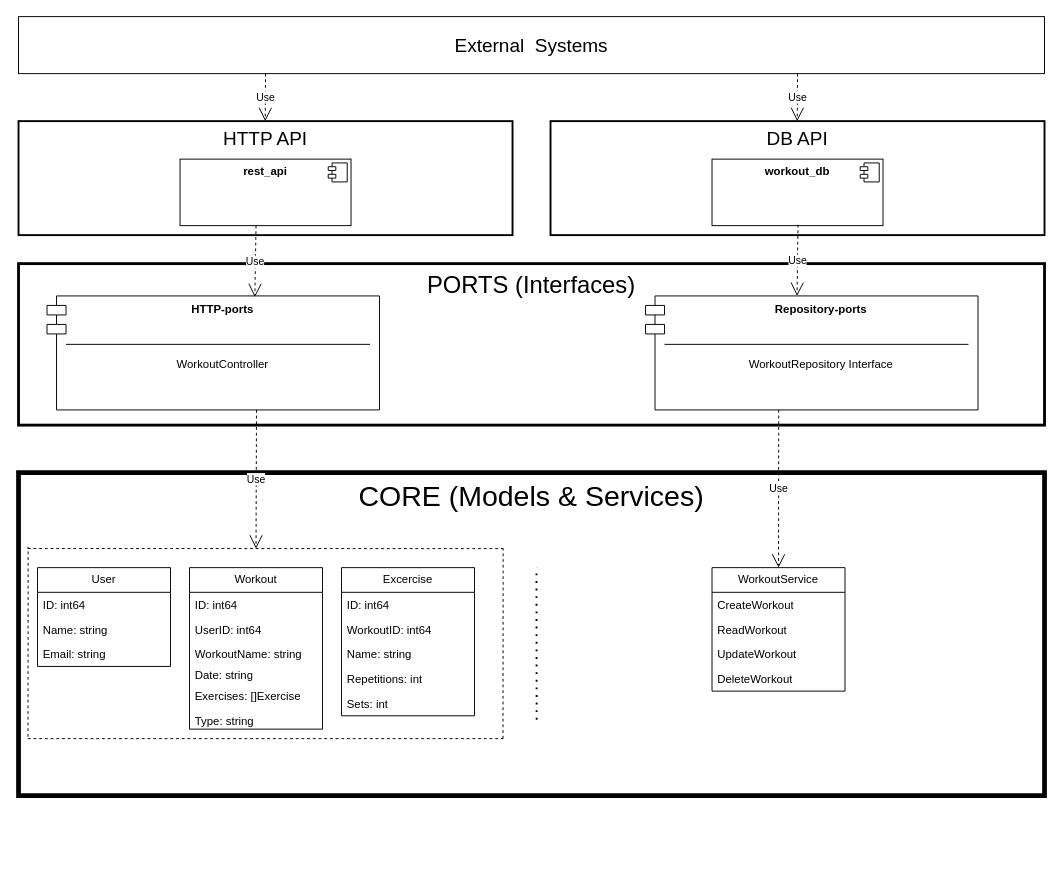
OleksiyKharkiv/workout-evo keeps this draw.io diagram as Architecture-workout-evo.drawio. Above is the earlier version. Source tidied: cells renumbered, new cells numbered last; positions are measured from the earlier drawing's top-left corner, leaving out a move shared by most shapes. Both pictures are drawn from the tidied source at 95%, with x=0, y=0 at pixel (18, 16).
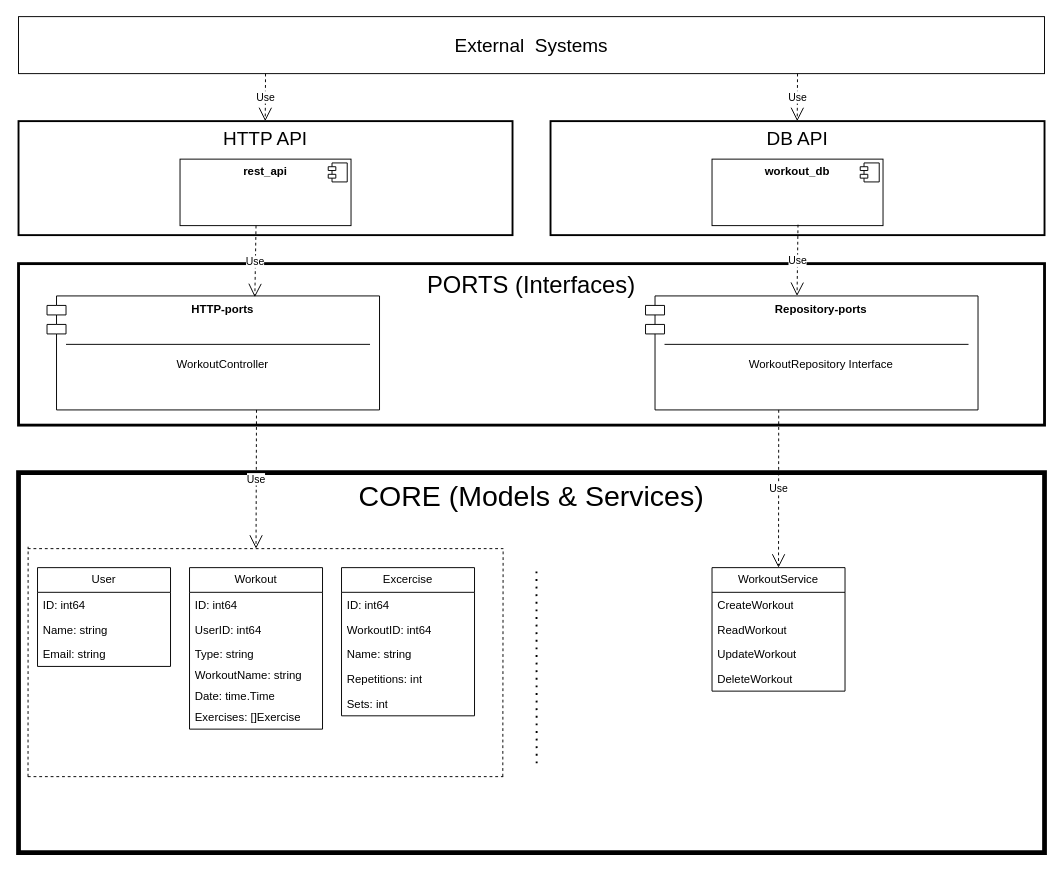
After the change.

The change refers to these unchanged cells:
```xml
<mxCell id="7" value="Workout" style="swimlane;fontStyle=0;horizontal=1;startSize=26;fillColor=none;whiteSpace=wrap;html=1;" parent="1" vertex="1">
  <mxGeometry x="180" y="580" width="140" height="170" as="geometry" />
</mxCell>
```

Change to the diagram source:
```diff
@@
     <mxCell id="2" value="&lt;font style=&quot;font-size: 30px;&quot;&gt;CORE (Models &amp;amp; Services)&lt;/font&gt;" style="rounded=0;whiteSpace=wrap;html=1;verticalAlign=top;spacing=3;strokeWidth=5;" parent="1" vertex="1">
-      <mxGeometry y="480" width="1080" height="340" as="geometry" />
+      <mxGeometry y="480" width="1080" height="400" as="geometry" />
     </mxCell>
@@
+    <mxCell id="13" value="Type: string" style="text;strokeColor=none;fillColor=none;align=left;verticalAlign=top;spacingLeft=4;spacingRight=4;overflow=hidden;whiteSpace=wrap;html=1;" parent="7" vertex="1">
+      <mxGeometry y="78" width="140" height="22" as="geometry" />
+    </mxCell>
     <mxCell id="10" value="WorkoutName: string" style="text;strokeColor=none;fillColor=none;align=left;verticalAlign=top;spacingLeft=4;spacingRight=4;overflow=hidden;whiteSpace=wrap;html=1;" parent="7" vertex="1">
-      <mxGeometry y="78" width="140" height="22" as="geometry" />
+      <mxGeometry y="100" width="140" height="22" as="geometry" />
     </mxCell>
-    <mxCell id="11" value="Date: string" style="text;strokeColor=none;fillColor=none;align=left;verticalAlign=top;spacingLeft=4;spacingRight=4;overflow=hidden;whiteSpace=wrap;html=1;" parent="7" vertex="1">
-      <mxGeometry y="100" width="140" height="22" as="geometry" />
+    <mxCell id="11" value="Date: time.Time" style="text;strokeColor=none;fillColor=none;align=left;verticalAlign=top;spacingLeft=4;spacingRight=4;overflow=hidden;whiteSpace=wrap;html=1;" parent="7" vertex="1">
+      <mxGeometry y="122" width="140" height="22" as="geometry" />
     </mxCell>
     <mxCell id="12" value="Exercises: []Exercise" style="text;strokeColor=none;fillColor=none;align=left;verticalAlign=top;spacingLeft=4;spacingRight=4;overflow=hidden;whiteSpace=wrap;html=1;" parent="7" vertex="1">
-      <mxGeometry y="122" width="140" height="26" as="geometry" />
+      <mxGeometry y="144" width="140" height="26" as="geometry" />
     </mxCell>
-    <mxCell id="13" value="Type: string" style="text;strokeColor=none;fillColor=none;align=left;verticalAlign=top;spacingLeft=4;spacingRight=4;overflow=hidden;whiteSpace=wrap;html=1;" parent="7" vertex="1">
-      <mxGeometry y="148" width="140" height="22" as="geometry" />
-    </mxCell>
@@
-    <mxCell id="42" style="endArrow=none;dashed=1;html=1;rounded=0;entryX=0.667;entryY=0.206;entryDx=0;entryDy=0;entryPerimeter=0;exitX=0.009;exitY=0.235;exitDx=0;exitDy=0;exitPerimeter=0;" parent="1" edge="1" source="2">
+    <mxCell id="42" style="endArrow=none;dashed=1;html=1;rounded=0;entryX=0.667;entryY=0.206;entryDx=0;entryDy=0;entryPerimeter=0;exitX=0.009;exitY=0.2;exitDx=0;exitDy=0;exitPerimeter=0;" parent="1" edge="1" source="2">
       <mxGeometry relative="1" as="geometry">
         <mxPoint x="510.4" y="560" as="targetPoint" />
       </mxGeometry>
     </mxCell>
     <mxCell id="43" style="endArrow=none;dashed=1;html=1;rounded=0;entryX=0.667;entryY=0.206;entryDx=0;entryDy=0;entryPerimeter=0;exitX=0.009;exitY=0.235;exitDx=0;exitDy=0;exitPerimeter=0;" parent="1" edge="1">
       <mxGeometry relative="1" as="geometry">
-        <mxPoint x="9.8" y="760" as="sourcePoint" />
-        <mxPoint x="510.2" y="760" as="targetPoint" />
+        <mxPoint x="9.8" y="800" as="sourcePoint" />
+        <mxPoint x="510.2" y="800" as="targetPoint" />
+        <Array as="points">
+          <mxPoint x="260" y="800" />
+        </Array>
       </mxGeometry>
     </mxCell>
-    <mxCell id="44" style="endArrow=none;dashed=1;html=1;rounded=0;" parent="1" edge="1">
+    <mxCell id="44" style="endArrow=none;dashed=1;html=1;rounded=0;exitX=0.472;exitY=0.8;exitDx=0;exitDy=0;exitPerimeter=0;" parent="1" edge="1" source="2">
       <mxGeometry relative="1" as="geometry">
-        <mxPoint x="510" y="760" as="sourcePoint" />
         <mxPoint x="510.1" y="560" as="targetPoint" />
       </mxGeometry>
     </mxCell>
     <mxCell id="45" style="endArrow=none;dashed=1;html=1;rounded=0;" parent="1" edge="1">
       <mxGeometry relative="1" as="geometry">
-        <mxPoint x="10" y="758" as="sourcePoint" />
+        <mxPoint x="10" y="800" as="sourcePoint" />
         <mxPoint x="10.1" y="558" as="targetPoint" />
       </mxGeometry>
     </mxCell>
```
